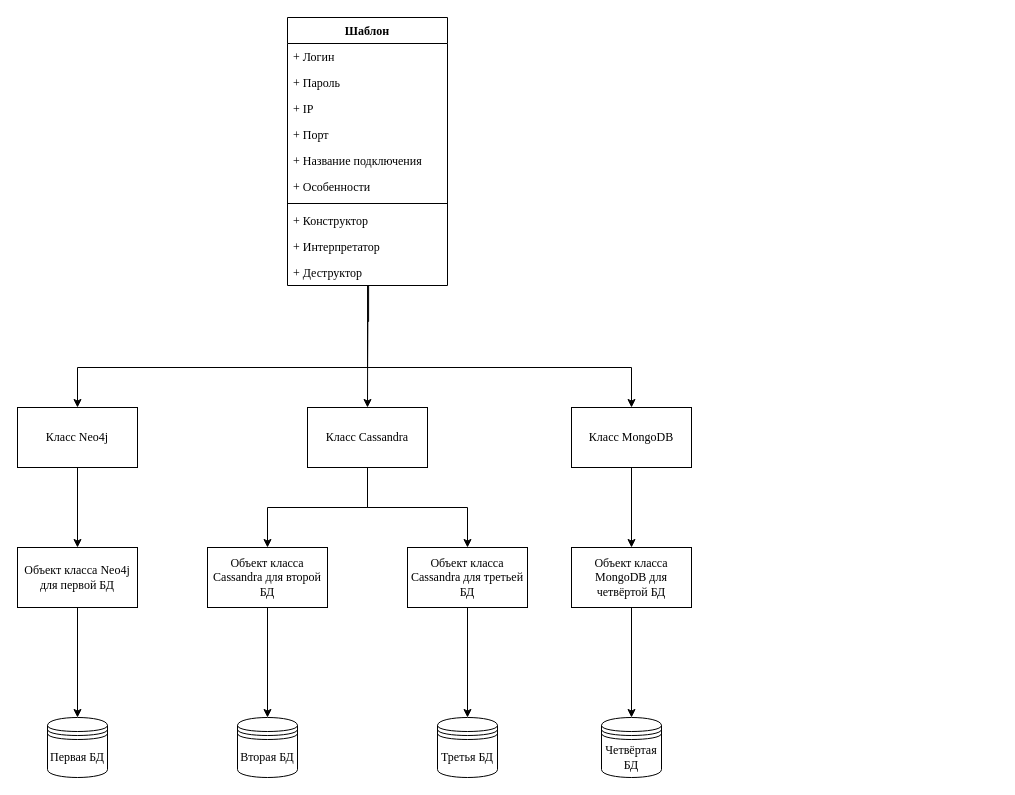
Above: ВКР/Новые классы.drawio in a1i5k/docs (draw.io), before the change. Source tidied: cells renumbered, new cells numbered last; positions are measured from the earlier drawing's top-left corner, leaving out a move shared by most shapes. Both pictures are drawn from the tidied source at 100%, with x=0, y=0 at pixel (17, 17).
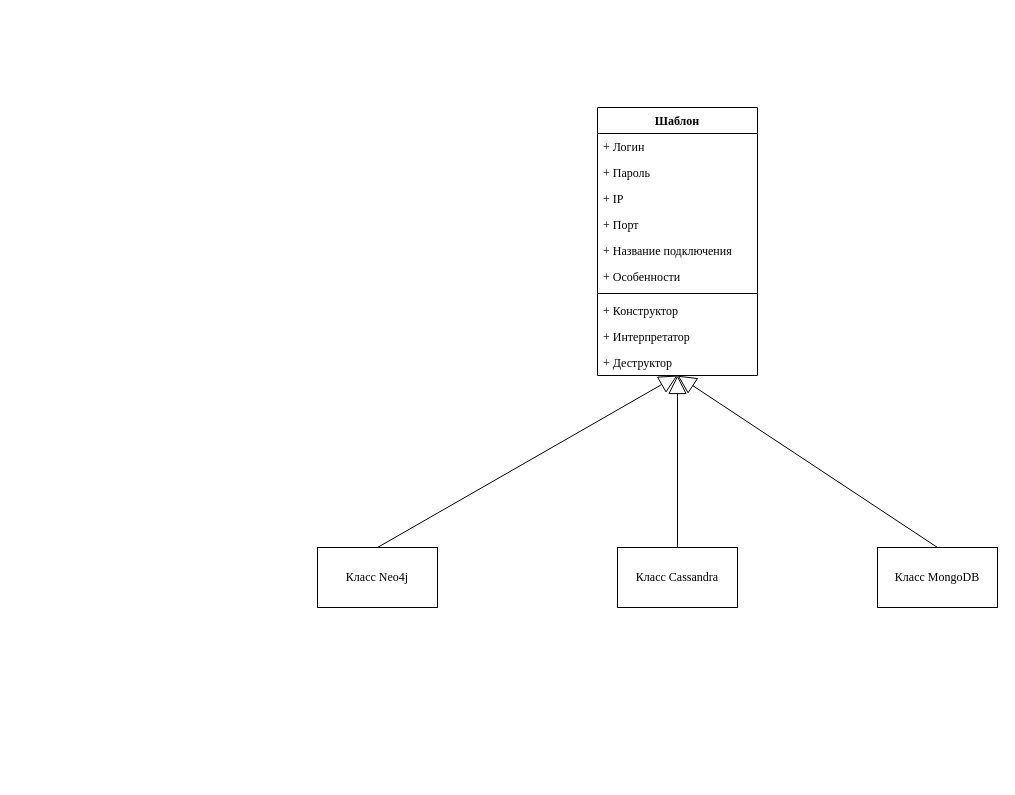
Above is the later version.

Unchanged cells that the change refers to:
```xml
<mxCell id="30" value="+ Деструктор" style="text;strokeColor=none;fillColor=none;align=left;verticalAlign=top;spacingLeft=4;spacingRight=4;overflow=hidden;points=[[0,0.5],[1,0.5]];portConstraint=eastwest;fontFamily=Times New Roman;" parent="20" vertex="1">
  <mxGeometry y="242" width="160" height="26" as="geometry" />
</mxCell>
```

The edit, as a diff of the source:
```diff
@@
-    <mxCell id="2" value="&lt;span style=&quot;&quot;&gt;Вторая БД&lt;/span&gt;" style="shape=datastore;whiteSpace=wrap;html=1;fontFamily=Times New Roman;fontSize=12;" parent="1" vertex="1">
-      <mxGeometry x="220" y="700" width="60" height="60" as="geometry" />
-    </mxCell>
-    <mxCell id="3" value="&lt;span style=&quot;&quot;&gt;Третья БД&lt;/span&gt;" style="shape=datastore;whiteSpace=wrap;html=1;fontFamily=Times New Roman;fontSize=12;" parent="1" vertex="1">
-      <mxGeometry x="420" y="700" width="60" height="60" as="geometry" />
-    </mxCell>
-    <mxCell id="4" value="&lt;span style=&quot;&quot;&gt;Четвёртая БД&lt;/span&gt;" style="shape=datastore;whiteSpace=wrap;html=1;fontFamily=Times New Roman;fontSize=12;" parent="1" vertex="1">
-      <mxGeometry x="584" y="700" width="60" height="60" as="geometry" />
-    </mxCell>
-    <mxCell id="5" style="edgeStyle=orthogonalEdgeStyle;rounded=0;jettySize=auto;html=1;startArrow=none;startFill=0;fontFamily=Times New Roman;fontSize=12;entryX=0.5;entryY=0;entryDx=0;entryDy=0;exitX=0.501;exitY=0.989;exitDx=0;exitDy=0;exitPerimeter=0;" parent="1" edge="1" source="30" target="15">
-      <mxGeometry relative="1" as="geometry">
-        <Array as="points">
-          <mxPoint x="350" y="310" />
-          <mxPoint x="350" y="310" />
-        </Array>
-      </mxGeometry>
-    </mxCell>
-    <mxCell id="6" style="edgeStyle=orthogonalEdgeStyle;rounded=0;jettySize=auto;html=1;startArrow=none;startFill=0;fontFamily=Times New Roman;fontSize=12;exitX=0.501;exitY=1.006;exitDx=0;exitDy=0;exitPerimeter=0;" parent="1" edge="1" source="30" target="18">
-      <mxGeometry relative="1" as="geometry">
-        <Array as="points">
-          <mxPoint x="350" y="306" />
-          <mxPoint x="350" y="306" />
-          <mxPoint x="350" y="350" />
-          <mxPoint x="614" y="350" />
-        </Array>
-      </mxGeometry>
-    </mxCell>
-    <mxCell id="7" style="edgeStyle=orthogonalEdgeStyle;rounded=0;jettySize=auto;html=1;startArrow=none;startFill=0;fontFamily=Times New Roman;fontSize=12;exitX=0.507;exitY=1.001;exitDx=0;exitDy=0;exitPerimeter=0;" parent="1" edge="1" source="30" target="10">
-      <mxGeometry relative="1" as="geometry">
-        <Array as="points">
-          <mxPoint x="350" y="304" />
-          <mxPoint x="350" y="350" />
-          <mxPoint x="60" y="350" />
-        </Array>
-      </mxGeometry>
-    </mxCell>
-    <mxCell id="8" style="edgeStyle=orthogonalEdgeStyle;rounded=0;jettySize=auto;html=1;startArrow=none;startFill=0;fontFamily=Times New Roman;fontSize=12;exitX=0.5;exitY=1;exitDx=0;exitDy=0;" parent="1" edge="1" source="31" target="19">
-      <mxGeometry relative="1" as="geometry" />
-    </mxCell>
-    <mxCell id="9" style="edgeStyle=orthogonalEdgeStyle;rounded=0;jettySize=auto;html=1;startArrow=none;startFill=0;fontFamily=Times New Roman;" parent="1" edge="1" source="10" target="31">
-      <mxGeometry relative="1" as="geometry" />
-    </mxCell>
     <mxCell id="10" value="Класс Neo4j" style="rounded=0;whiteSpace=wrap;html=1;fontFamily=Times New Roman;fontSize=12;" parent="1" vertex="1">
-      <mxGeometry y="390" width="120" height="60" as="geometry" />
+      <mxGeometry x="300" y="530" width="120" height="60" as="geometry" />
     </mxCell>
-    <mxCell id="11" style="edgeStyle=orthogonalEdgeStyle;rounded=0;jettySize=auto;html=1;startArrow=none;startFill=0;fontFamily=Times New Roman;fontSize=12;exitX=0.5;exitY=1;exitDx=0;exitDy=0;" parent="1" edge="1" source="34" target="2">
-      <mxGeometry relative="1" as="geometry" />
-    </mxCell>
-    <mxCell id="12" style="edgeStyle=orthogonalEdgeStyle;rounded=0;jettySize=auto;html=1;startArrow=none;startFill=0;fontFamily=Times New Roman;fontSize=12;exitX=0.5;exitY=1;exitDx=0;exitDy=0;" parent="1" edge="1" source="32" target="3">
-      <mxGeometry relative="1" as="geometry" />
-    </mxCell>
-    <mxCell id="13" style="edgeStyle=orthogonalEdgeStyle;rounded=0;jettySize=auto;html=1;entryX=0.5;entryY=0;entryDx=0;entryDy=0;startArrow=none;startFill=0;fontFamily=Times New Roman;" parent="1" edge="1" source="15" target="34">
-      <mxGeometry relative="1" as="geometry" />
-    </mxCell>
-    <mxCell id="14" style="edgeStyle=orthogonalEdgeStyle;rounded=0;jettySize=auto;html=1;startArrow=none;startFill=0;exitX=0.5;exitY=1;exitDx=0;exitDy=0;fontFamily=Times New Roman;" parent="1" edge="1" source="15" target="32">
-      <mxGeometry relative="1" as="geometry">
-        <Array as="points">
-          <mxPoint x="350" y="490" />
-          <mxPoint x="450" y="490" />
-        </Array>
-      </mxGeometry>
-    </mxCell>
     <mxCell id="15" value="&lt;span style=&quot;&quot;&gt;Класс Cassandra&lt;/span&gt;" style="rounded=0;whiteSpace=wrap;html=1;fontFamily=Times New Roman;fontSize=12;" parent="1" vertex="1">
-      <mxGeometry x="290" y="390" width="120" height="60" as="geometry" />
+      <mxGeometry x="600" y="530" width="120" height="60" as="geometry" />
     </mxCell>
-    <mxCell id="16" style="edgeStyle=orthogonalEdgeStyle;rounded=0;jettySize=auto;html=1;entryX=0.5;entryY=0;entryDx=0;entryDy=0;startArrow=none;startFill=0;fontFamily=Times New Roman;fontSize=12;" parent="1" edge="1" source="33" target="4">
-      <mxGeometry relative="1" as="geometry" />
-    </mxCell>
-    <mxCell id="17" style="edgeStyle=orthogonalEdgeStyle;rounded=0;jettySize=auto;html=1;startArrow=none;startFill=0;fontFamily=Times New Roman;" parent="1" edge="1" source="18" target="33">
-      <mxGeometry relative="1" as="geometry" />
-    </mxCell>
     <mxCell id="18" value="&lt;span style=&quot;&quot;&gt;Класс MongoDB&lt;/span&gt;" style="rounded=0;whiteSpace=wrap;html=1;fontFamily=Times New Roman;fontSize=12;" parent="1" vertex="1">
-      <mxGeometry x="554" y="390" width="120" height="60" as="geometry" />
+      <mxGeometry x="860" y="530" width="120" height="60" as="geometry" />
     </mxCell>
-    <mxCell id="19" value="Первая БД" style="shape=datastore;whiteSpace=wrap;html=1;fontFamily=Times New Roman;fontSize=12;" parent="1" vertex="1">
-      <mxGeometry x="30" y="700" width="60" height="60" as="geometry" />
-    </mxCell>
     <mxCell id="20" value="Шаблон" style="swimlane;fontStyle=1;align=center;verticalAlign=top;horizontal=1;startSize=26;fontFamily=Times New Roman;" parent="1" vertex="1">
-      <mxGeometry x="270" width="160" height="268" as="geometry" />
+      <mxGeometry x="580" y="90" width="160" height="268" as="geometry" />
     </mxCell>
@@
-    <mxCell id="31" value="Объект класса Neo4j для первой БД" style="rounded=0;whiteSpace=wrap;html=1;fontFamily=Times New Roman;" parent="1" vertex="1">
-      <mxGeometry y="530" width="120" height="60" as="geometry" />
-    </mxCell>
-    <mxCell id="32" value="Объект класса Cassandra для третьей БД" style="rounded=0;whiteSpace=wrap;html=1;fontFamily=Times New Roman;" parent="1" vertex="1">
-      <mxGeometry x="390" y="530" width="120" height="60" as="geometry" />
-    </mxCell>
-    <mxCell id="33" value="Объект класса MongoDB для четвёртой БД" style="rounded=0;whiteSpace=wrap;html=1;fontFamily=Times New Roman;" parent="1" vertex="1">
-      <mxGeometry x="554" y="530" width="120" height="60" as="geometry" />
-    </mxCell>
-    <mxCell id="34" value="Объект класса Cassandra для второй БД" style="rounded=0;whiteSpace=wrap;html=1;fontFamily=Times New Roman;" parent="1" vertex="1">
-      <mxGeometry x="190" y="530" width="120" height="60" as="geometry" />
-    </mxCell>
+    <mxCell id="35" style="endArrow=block;endSize=16;endFill=0;html=1;rounded=0;exitX=0.5;exitY=0;exitDx=0;exitDy=0;" parent="1" edge="1" source="10">
+      <mxGeometry x="-0.52" y="80" relative="1" as="geometry">
+        <mxPoint x="660" y="358" as="targetPoint" />
+      </mxGeometry>
+    </mxCell>
+    <mxCell id="36" style="endArrow=block;endSize=16;endFill=0;html=1;rounded=0;entryX=0.5;entryY=1;entryDx=0;entryDy=0;" parent="1" edge="1" source="15" target="20">
+      <mxGeometry x="-0.52" y="80" relative="1" as="geometry" />
+    </mxCell>
+    <mxCell id="37" style="endArrow=block;endSize=16;endFill=0;html=1;rounded=0;exitX=0.5;exitY=0;exitDx=0;exitDy=0;entryX=0.501;entryY=1.006;entryDx=0;entryDy=0;entryPerimeter=0;" parent="1" edge="1" source="18" target="30">
+      <mxGeometry x="-0.52" y="80" relative="1" as="geometry" />
+    </mxCell>
```
